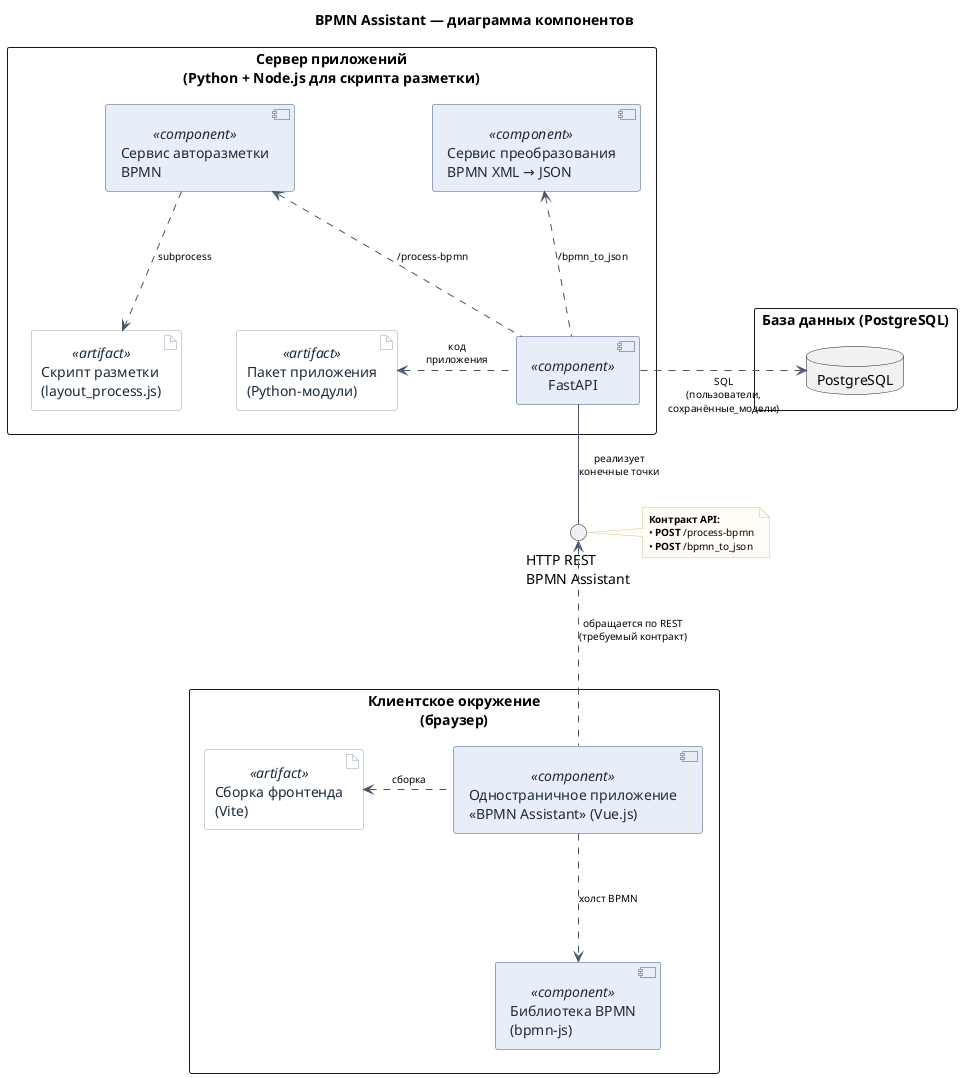
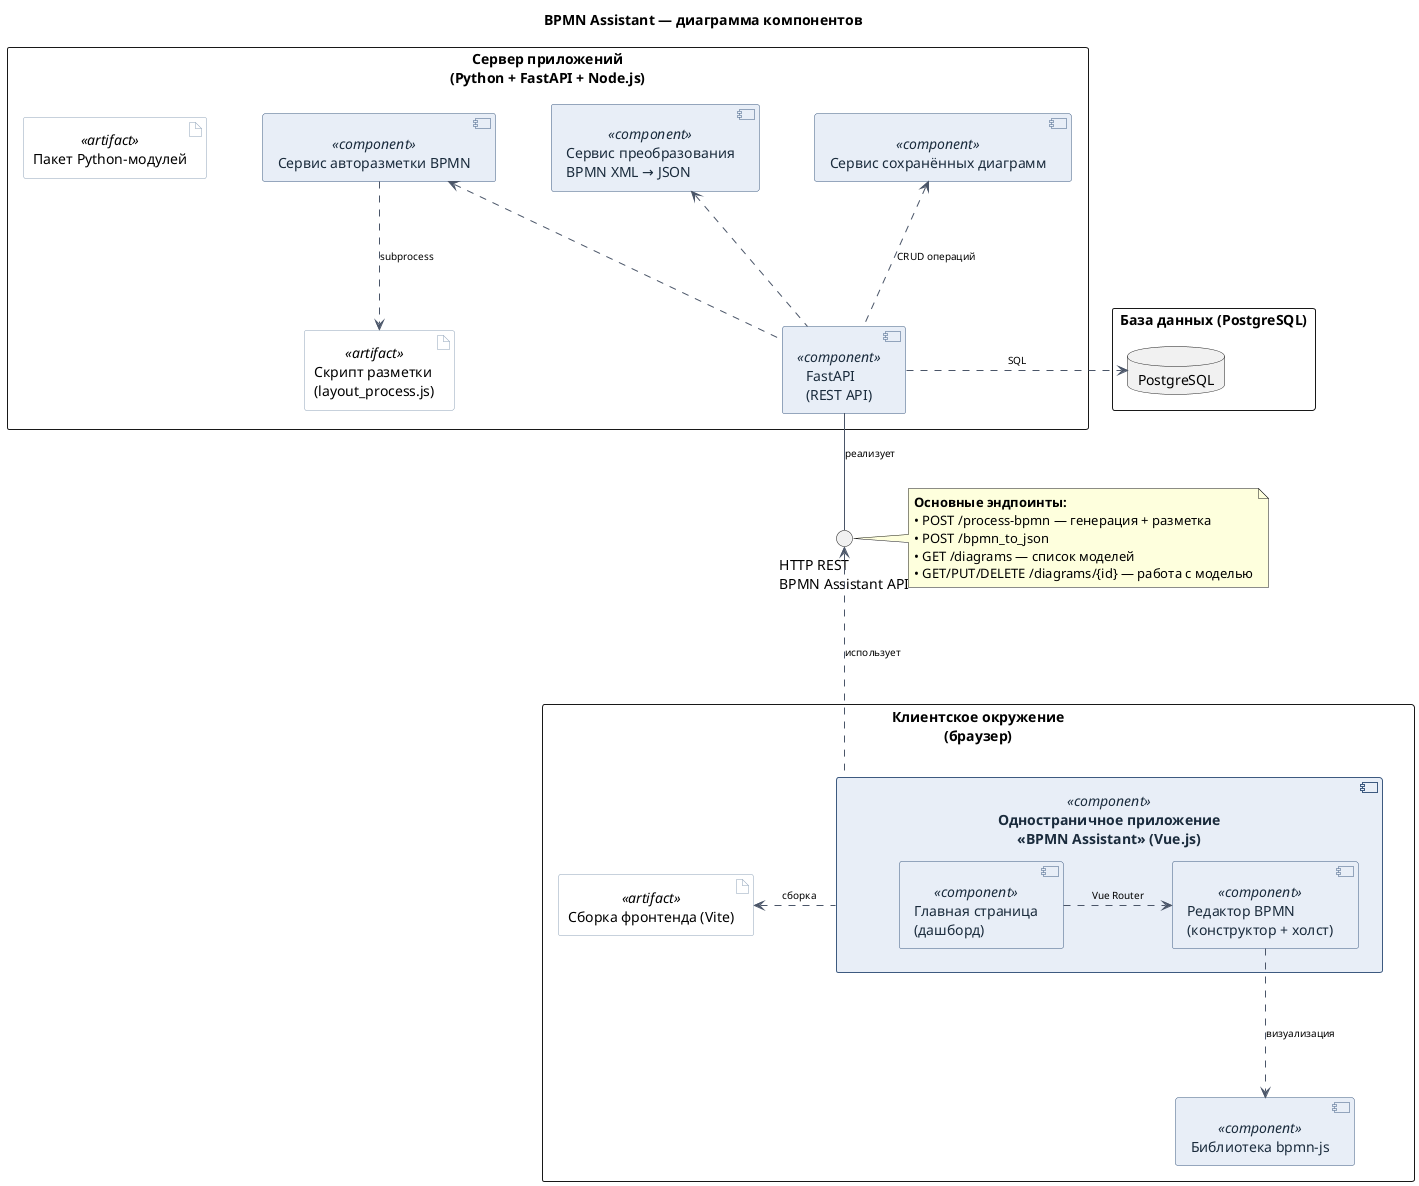
@startuml bpmn-assistant-component-diagram
title BPMN Assistant — диаграмма компонентов

- ' Вертикальная схема: **сервер сверху** → **HTTP REST по центру между узлами** → **клиент снизу**
- ' (без left-to-right, чтобы не уводить интерфейс под боковой край клиента)
top to bottom direction

skinparam shadowing false
skinparam handwritten false
skinparam nodesep 55
skinparam ranksep 55
skinparam packageStyle rectangle
skinparam component {
  BackgroundColor #E8EEF7
  BorderColor #3D5A80
  FontColor #1A2B3C
}
skinparam artifact {
  BackgroundColor #FFFFFF
  BorderColor #8FA3B8
-   FontColor #1A2B3C
}
skinparam arrow {
  Color #4A5568
  FontSize 10
}
- skinparam note {
-   BackgroundColor #FFFDF5
-   BorderColor #D4C48A
-   FontSize 10
- }

- ' ========== 1. Серверная часть (вверху диаграммы) ==========
- package "Сервер приложений\n(Python + Node.js для скрипта разметки)" as PKG_SERVER {
+ ' ========== Сервер ==========
+ package "Сервер приложений\n(Python + FastAPI + Node.js)" as PKG_SERVER {
+ 
+   component "FastAPI\n(REST API)" <<component>> as COMP_API

  together {
-     component "Сервис авторазметки\nBPMN" <<component>> as COMP_LAYOUT
+     component "Сервис авторазметки BPMN" <<component>> as COMP_LAYOUT
    component "Сервис преобразования\nBPMN XML → JSON" <<component>> as COMP_JSON
+     component "Сервис сохранённых диаграмм" <<component>> as COMP_SAVED
  }

-   together {
-     artifact "Скрипт разметки\n(layout_process.js)" <<artifact>> as ART_LAYOUT
-     artifact "Пакет приложения\n(Python-модули)" <<artifact>> as ART_PY
-   }
- 
-   component "FastAPI" <<component>> as COMP_API
+   artifact "Скрипт разметки\n(layout_process.js)" <<artifact>> as ART_LAYOUT
+   artifact "Пакет Python-модулей" <<artifact>> as ART_PY
}

package "База данных (PostgreSQL)" as PKG_DB {
- 
  database "PostgreSQL" as COMP_DB
}

- ' ========== 2. Контракт REST — строго между двумя прямоугольниками ==========
- () "HTTP REST\nBPMN Assistant" as IF_REST
+ ' ========== Контракт ==========
+ () "HTTP REST\nBPMN Assistant API" as IF_REST

note right of IF_REST
-   **Контракт API:**
-   • **POST** /process-bpmn
-   • **POST** /bpmn_to_json
+   **Основные эндпоинты:**
+   • POST /process-bpmn — генерация + разметка
+   • POST /bpmn_to_json
+   • GET /diagrams — список моделей
+   • GET/PUT/DELETE /diagrams/{id} — работа с моделью
end note

- ' ========== 3. Клиентская часть (внизу диаграммы) ==========
+ ' ========== Клиент ==========
package "Клиентское окружение\n(браузер)" as PKG_CLIENT {

-   component "Одностраничное приложение\n«BPMN Assistant» (Vue.js)" <<component>> as COMP_SPA
+   component "Одностраничное приложение\n«BPMN Assistant» (Vue.js)" <<component>> as COMP_SPA {
+     component "Главная страница\n(дашборд)" <<component>> as COMP_DASH
+     component "Редактор BPMN\n(конструктор + холст)" <<component>> as COMP_EDITOR
+   }

-   together {
-     artifact "Сборка фронтенда\n(Vite)" <<artifact>> as ART_FE
-     component "Библиотека BPMN\n(bpmn-js)" <<component>> as COMP_BPMNJS
-   }
+   component "Библиотека bpmn-js" <<component>> as COMP_BPMNJS
+   artifact "Сборка фронтенда (Vite)" <<artifact>> as ART_FE
}

- ' Главная «магистраль» без пересечения прямоугольников узлов
- COMP_API -down- IF_REST : реализует\nконечные точки
- COMP_SPA -up..> IF_REST : обращается по REST\n(требуемый контракт)
+ ' ========== Связи ==========
+ COMP_API -down- IF_REST : реализует
+ COMP_SPA -up..> IF_REST : использует

- ' Внутренние связи сервера — в основном вверх от API, не через зону REST
- COMP_API -right..> COMP_DB : SQL\n(пользователи,\nсохранённые_модели)
- COMP_API -up..> COMP_LAYOUT : /process-bpmn
- COMP_API -up..> COMP_JSON : /bpmn_to_json
+ COMP_API -right..> COMP_DB : SQL
+ COMP_API -up..> COMP_LAYOUT
+ COMP_API -up..> COMP_JSON
+ COMP_API -up..> COMP_SAVED : CRUD операций
+ 
COMP_LAYOUT -down..> ART_LAYOUT : subprocess
- COMP_API -left..> ART_PY : код\nприложения
- 
- ' Внутренние связи клиента — по горизонтали, вне вертикали REST
- COMP_SPA -down..> COMP_BPMNJS : холст BPMN
COMP_SPA -left..> ART_FE : сборка

+ COMP_DASH -right..> COMP_EDITOR : Vue Router
+ COMP_EDITOR -down..> COMP_BPMNJS : визуализация
+ 
@enduml
